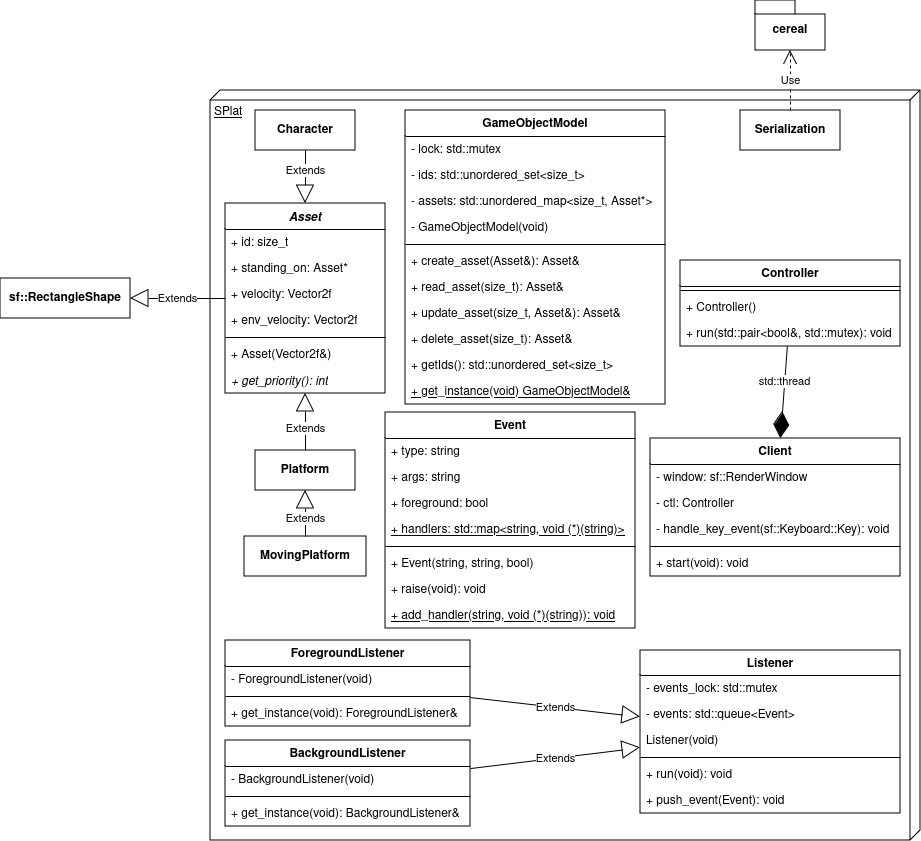
This is uml/splat_i1_initial.png from mwhicks-dev/SPlat, a draw.io export, as it was before one commit. Source tidied: cells renumbered, new cells last; positions are measured from the earlier drawing's top-left corner, leaving out a move shared by most shapes.
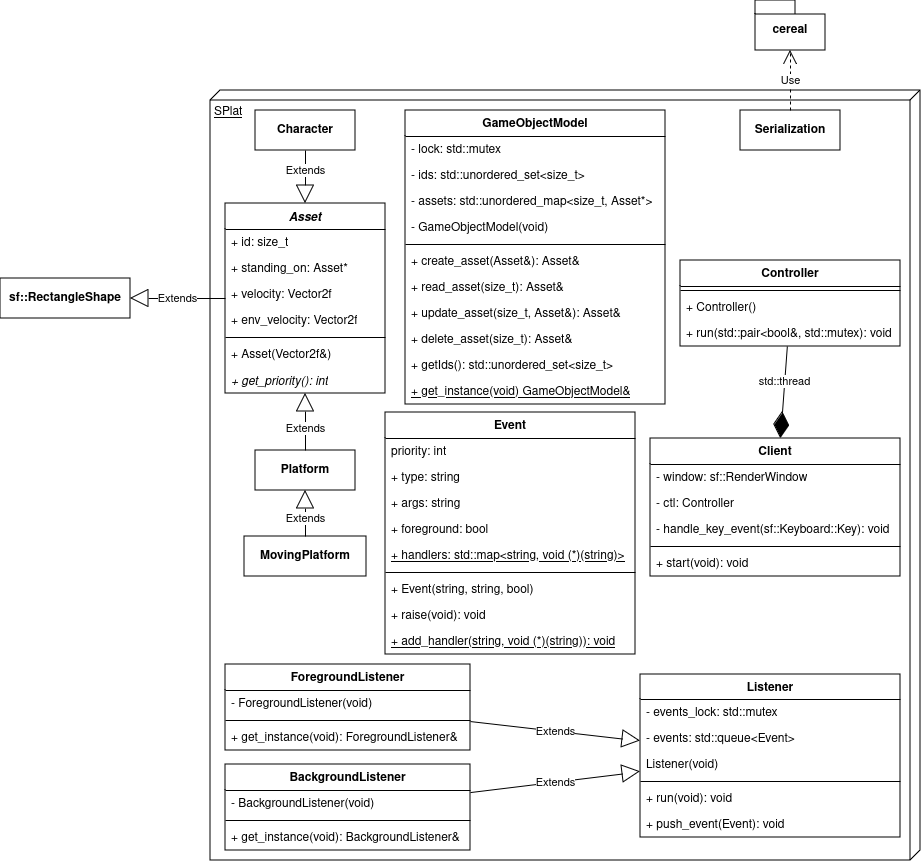
After the change.

Commit message:
Extended Event UML with priority: int #7

The edit, as a diff of the source:
```diff
@@ -3,7 +3,7 @@
     <mxCell id="0" />
     <mxCell id="1" parent="0" />
     <mxCell id="2" value="SPlat" style="verticalAlign=top;align=left;spacingTop=8;spacingLeft=2;spacingRight=12;shape=cube;size=10;direction=south;fontStyle=4;html=1;whiteSpace=wrap;" parent="1" vertex="1">
-      <mxGeometry x="210" y="90" width="710" height="750" as="geometry" />
+      <mxGeometry x="210" y="90" width="710" height="770" as="geometry" />
     </mxCell>
     <mxCell id="3" value="&lt;b&gt;sf::RectangleShape&lt;/b&gt;" style="rounded=0;whiteSpace=wrap;html=1;" parent="1" vertex="1">
       <mxGeometry y="278" width="130" height="40" as="geometry" />
@@ -135,7 +135,7 @@
       <mxGeometry relative="1" as="geometry" />
     </mxCell>
     <mxCell id="46" value="&lt;div&gt;Listener&lt;/div&gt;" style="swimlane;fontStyle=1;align=center;verticalAlign=top;horizontal=1;startSize=25;whiteSpace=wrap;html=1;" parent="1" vertex="1">
-      <mxGeometry x="640" y="650" width="260" height="163" as="geometry" />
+      <mxGeometry x="640" y="674" width="260" height="163" as="geometry" />
     </mxCell>
     <mxCell id="47" value="- events_lock: std::mutex" style="text;strokeColor=none;fillColor=none;align=left;verticalAlign=top;spacingLeft=4;spacingRight=4;overflow=hidden;whiteSpace=wrap;html=1;fontStyle=0;" parent="46" vertex="1">
       <mxGeometry y="25" width="260" height="26" as="geometry" />
@@ -156,7 +156,7 @@
       <mxGeometry y="137" width="260" height="26" as="geometry" />
     </mxCell>
     <mxCell id="53" value="ForegroundListener" style="swimlane;fontStyle=1;align=center;verticalAlign=top;horizontal=1;startSize=26;whiteSpace=wrap;html=1;" parent="1" vertex="1">
-      <mxGeometry x="225" y="640" width="245" height="86" as="geometry" />
+      <mxGeometry x="225" y="664" width="245" height="86" as="geometry" />
     </mxCell>
     <mxCell id="54" value="- ForegroundListener(void)" style="text;strokeColor=none;fillColor=none;align=left;verticalAlign=top;spacingLeft=4;spacingRight=4;overflow=hidden;whiteSpace=wrap;html=1;" parent="53" vertex="1">
       <mxGeometry y="26" width="245" height="26" as="geometry" />
@@ -171,7 +171,7 @@
       <mxGeometry relative="1" as="geometry" />
     </mxCell>
     <mxCell id="58" value="BackgroundListener" style="swimlane;fontStyle=1;align=center;verticalAlign=top;horizontal=1;startSize=26;whiteSpace=wrap;html=1;" parent="1" vertex="1">
-      <mxGeometry x="225" y="740" width="245" height="86" as="geometry" />
+      <mxGeometry x="225" y="764" width="245" height="86" as="geometry" />
     </mxCell>
     <mxCell id="59" value="- BackgroundListener(void)" style="text;strokeColor=none;fillColor=none;align=left;verticalAlign=top;spacingLeft=4;spacingRight=4;overflow=hidden;whiteSpace=wrap;html=1;" parent="58" vertex="1">
       <mxGeometry y="26" width="245" height="26" as="geometry" />
@@ -186,31 +186,34 @@
       <mxGeometry relative="1" as="geometry" />
     </mxCell>
     <mxCell id="63" value="Event" style="swimlane;fontStyle=1;align=center;verticalAlign=top;horizontal=1;startSize=26;whiteSpace=wrap;html=1;" parent="1" vertex="1">
-      <mxGeometry x="385" y="412" width="250" height="216" as="geometry" />
+      <mxGeometry x="385" y="412" width="250" height="242" as="geometry" />
     </mxCell>
+    <mxCell id="72" value="priority: int" style="text;strokeColor=none;fillColor=none;align=left;verticalAlign=top;spacingLeft=4;spacingRight=4;overflow=hidden;whiteSpace=wrap;html=1;" parent="63" vertex="1">
+      <mxGeometry y="26" width="250" height="26" as="geometry" />
+    </mxCell>
     <mxCell id="64" value="+ type: string" style="text;strokeColor=none;fillColor=none;align=left;verticalAlign=top;spacingLeft=4;spacingRight=4;overflow=hidden;whiteSpace=wrap;html=1;" parent="63" vertex="1">
-      <mxGeometry y="26" width="250" height="26" as="geometry" />
+      <mxGeometry y="52" width="250" height="26" as="geometry" />
     </mxCell>
     <mxCell id="65" value="+ args: string" style="text;strokeColor=none;fillColor=none;align=left;verticalAlign=top;spacingLeft=4;spacingRight=4;overflow=hidden;whiteSpace=wrap;html=1;" parent="63" vertex="1">
-      <mxGeometry y="52" width="250" height="26" as="geometry" />
+      <mxGeometry y="78" width="250" height="26" as="geometry" />
     </mxCell>
     <mxCell id="66" value="+ foreground: bool" style="text;strokeColor=none;fillColor=none;align=left;verticalAlign=top;spacingLeft=4;spacingRight=4;overflow=hidden;whiteSpace=wrap;html=1;" parent="63" vertex="1">
-      <mxGeometry y="78" width="250" height="26" as="geometry" />
+      <mxGeometry y="104" width="250" height="26" as="geometry" />
     </mxCell>
     <mxCell id="67" value="+ handlers: std::map&amp;lt;string, void (*)(string)&amp;gt;" style="text;strokeColor=none;fillColor=none;align=left;verticalAlign=top;spacingLeft=4;spacingRight=4;overflow=hidden;whiteSpace=wrap;html=1;fontStyle=4;" parent="63" vertex="1">
-      <mxGeometry y="104" width="250" height="26" as="geometry" />
+      <mxGeometry y="130" width="250" height="26" as="geometry" />
     </mxCell>
     <mxCell id="68" style="line;strokeWidth=1;fillColor=none;align=left;verticalAlign=middle;spacingTop=-1;spacingLeft=3;spacingRight=3;labelPosition=right;strokeColor=inherit;" parent="63" vertex="1">
-      <mxGeometry y="130" width="250" height="8" as="geometry" />
+      <mxGeometry y="156" width="250" height="8" as="geometry" />
     </mxCell>
     <mxCell id="69" value="+ Event(string, string, bool)" style="text;strokeColor=none;fillColor=none;align=left;verticalAlign=top;spacingLeft=4;spacingRight=4;overflow=hidden;whiteSpace=wrap;html=1;" parent="63" vertex="1">
-      <mxGeometry y="138" width="250" height="26" as="geometry" />
+      <mxGeometry y="164" width="250" height="26" as="geometry" />
     </mxCell>
     <mxCell id="70" value="+ raise(void): void" style="text;strokeColor=none;fillColor=none;align=left;verticalAlign=top;spacingLeft=4;spacingRight=4;overflow=hidden;whiteSpace=wrap;html=1;" parent="63" vertex="1">
-      <mxGeometry y="164" width="250" height="26" as="geometry" />
+      <mxGeometry y="190" width="250" height="26" as="geometry" />
     </mxCell>
     <mxCell id="71" value="+ add_handler(string, void (*)(string)): void" style="text;strokeColor=none;fillColor=none;align=left;verticalAlign=top;spacingLeft=4;spacingRight=4;overflow=hidden;whiteSpace=wrap;html=1;fontStyle=4;" parent="63" vertex="1">
-      <mxGeometry y="190" width="250" height="26" as="geometry" />
+      <mxGeometry y="216" width="250" height="26" as="geometry" />
     </mxCell>
   </root>
 </mxGraphModel>
```
